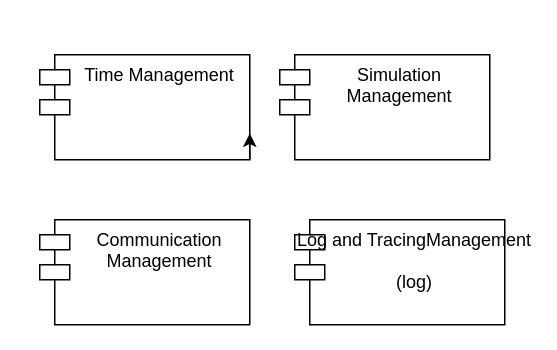
Earlier version of the draw.io diagram page "Page-2" (2 of 2) of Untitled Diagram.drawio (ugurmelih/ugurmelihsurme). Source tidied: cells renumbered, new cells numbered last; positions are measured from the earlier drawing's top-left corner, leaving out a move shared by most shapes. Both pictures are drawn from the tidied source at 150%, with x=0, y=0 at pixel (39, 54).
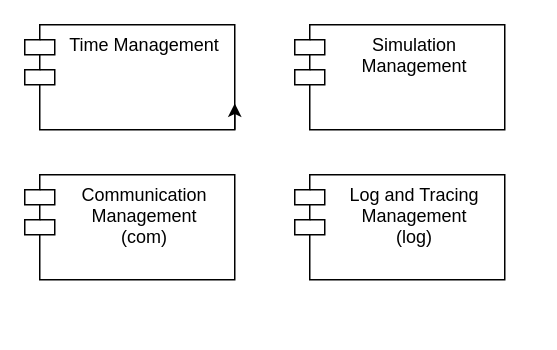
The same page after the edit.

Change to the diagram source:
```diff
@@
 <mxGraphModel>
   <root>
     <mxCell id="0" />
     <mxCell id="1" parent="0" />
     <mxCell id="2" value="Time Management" style="shape=module;align=left;spacingLeft=20;align=center;verticalAlign=top;" parent="1" vertex="1">
-      <mxGeometry width="140" height="70" as="geometry" />
+      <mxGeometry x="-10" y="-20" width="140" height="70" as="geometry" />
     </mxCell>
     <mxCell id="3" style="edgeStyle=orthogonalEdgeStyle;rounded=0;orthogonalLoop=1;jettySize=auto;html=1;exitX=1;exitY=1;exitDx=0;exitDy=0;entryX=1;entryY=0.75;entryDx=0;entryDy=0;" parent="1" edge="1" source="2" target="2">
       <mxGeometry relative="1" as="geometry" />
     </mxCell>
     <mxCell id="4" value="Simulation &#10;Management&#10;" style="shape=module;align=left;spacingLeft=20;align=center;verticalAlign=top;" parent="1" vertex="1">
-      <mxGeometry x="160" width="140" height="70" as="geometry" />
+      <mxGeometry x="170" y="-20" width="140" height="70" as="geometry" />
     </mxCell>
-    <mxCell id="5" value="Communication&#10; Management" style="shape=module;align=left;spacingLeft=20;align=center;verticalAlign=top;" parent="1" vertex="1">
-      <mxGeometry y="110" width="140" height="70" as="geometry" />
+    <mxCell id="5" value="Communication&#10; Management&#10;(com)&#10;" style="shape=module;align=left;spacingLeft=20;align=center;verticalAlign=top;" parent="1" vertex="1">
+      <mxGeometry x="-10" y="80" width="140" height="70" as="geometry" />
     </mxCell>
-    <mxCell id="6" value="Log and TracingManagement &#10;&#10;(log)" style="shape=module;align=left;spacingLeft=20;align=center;verticalAlign=top;" parent="1" vertex="1">
-      <mxGeometry x="170" y="110" width="140" height="70" as="geometry" />
+    <mxCell id="6" value="Log and Tracing&#10;Management &#10;(log)" style="shape=module;align=left;spacingLeft=20;align=center;verticalAlign=top;" parent="1" vertex="1">
+      <mxGeometry x="170" y="80" width="140" height="70" as="geometry" />
     </mxCell>
   </root>
 </mxGraphModel>
```
